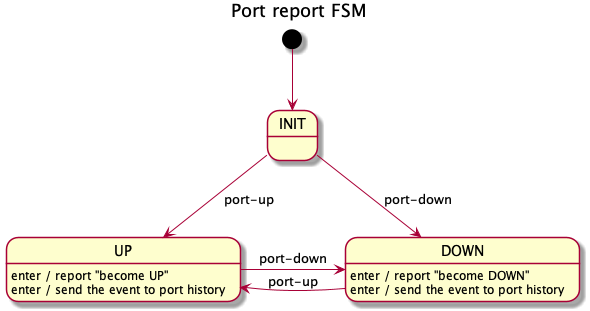
The PlantUML diagram docs/design/network-discovery/port-FSM.png in telstra/open-kilda, before a commit.
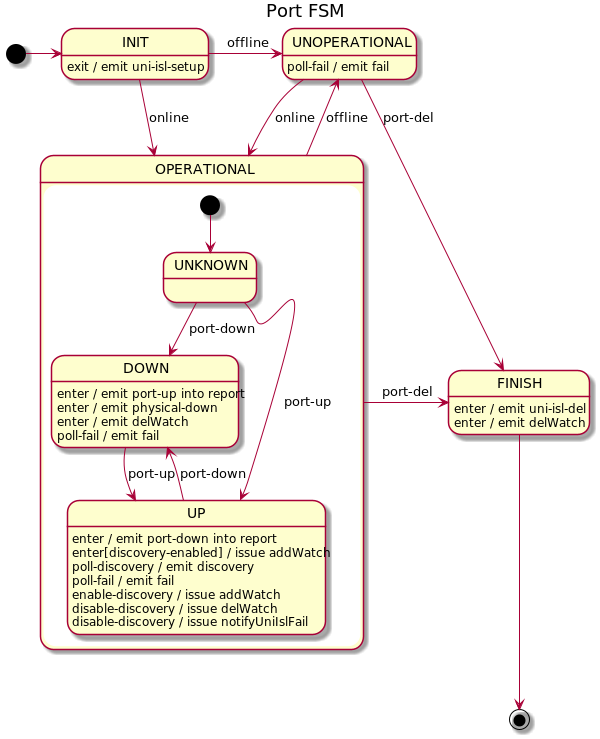
Above is the later version.

Commit message:
Disable port discovery feature design

The edit, as a diff of the source:
```diff
@@ -1,17 +1,43 @@
 @startuml
-title Port report FSM
+title Port FSM
 
-[*] --> INIT
+[*] -right-> INIT
 
-INIT --> UP : port-up
-INIT --> DOWN : port-down
+INIT -r-> UNOPERATIONAL : offline
+INIT -r-> OPERATIONAL : online
+INIT : exit / emit uni-isl-setup
 
-UP -> DOWN : port-down
-UP : enter / report "become UP"
-UP : enter / send the event to port history
+state OPERATIONAL {
+    [*] --> UNKNOWN
 
-DOWN -> UP : port-up
-DOWN : enter / report "become DOWN"
-DOWN : enter / send the event to port history
+    UNKNOWN --> DOWN : port-down
+    UNKNOWN --> UP : port-up
+
+    DOWN --> UP : port-up
+    DOWN : enter / emit port-up into report
+    DOWN : enter / emit physical-down
+    DOWN : enter / emit delWatch
+    DOWN : poll-fail / emit fail
+
+    UP --> DOWN : port-down
+    UP : enter / emit port-down into report
+    UP : enter[discovery-enabled] / issue addWatch
+    UP : poll-discovery / emit discovery
+    UP : poll-fail / emit fail
+    UP : enable-discovery / issue addWatch
+    UP : disable-discovery / issue delWatch
+    UP : disable-discovery / issue notifyUniIslFail
+}
+
+OPERATIONAL --> UNOPERATIONAL : offline
+OPERATIONAL -r-> FINISH : port-del
+
+UNOPERATIONAL --> OPERATIONAL : online
+UNOPERATIONAL --> FINISH : port-del
+UNOPERATIONAL : poll-fail / emit fail
+
+FINISH: enter / emit uni-isl-del
+FINISH: enter / emit delWatch
+FINISH -d-> [*]
 
 @enduml
```
